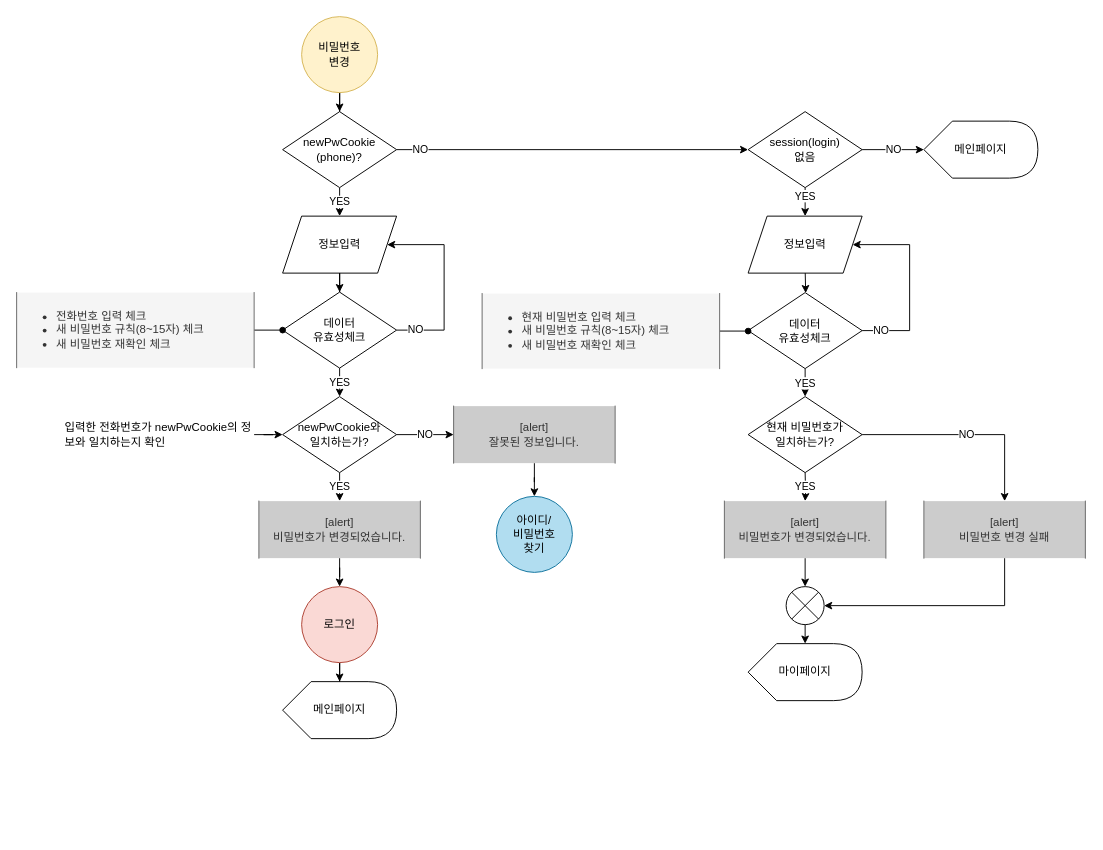
This is page "비밀번호 변경" (5 of 8) of 설계/데이터흐름도/회원 flowchart(혜진).drawio from hjkim27/TEAM_Project, a draw.io file, before an edit. Source tidied: cells renumbered, new cells numbered last; positions are measured from the earlier drawing's top-left corner, leaving out a move shared by most shapes. Both pictures are drawn from the tidied source at 95%, with x=0, y=0 at pixel (16, 16).
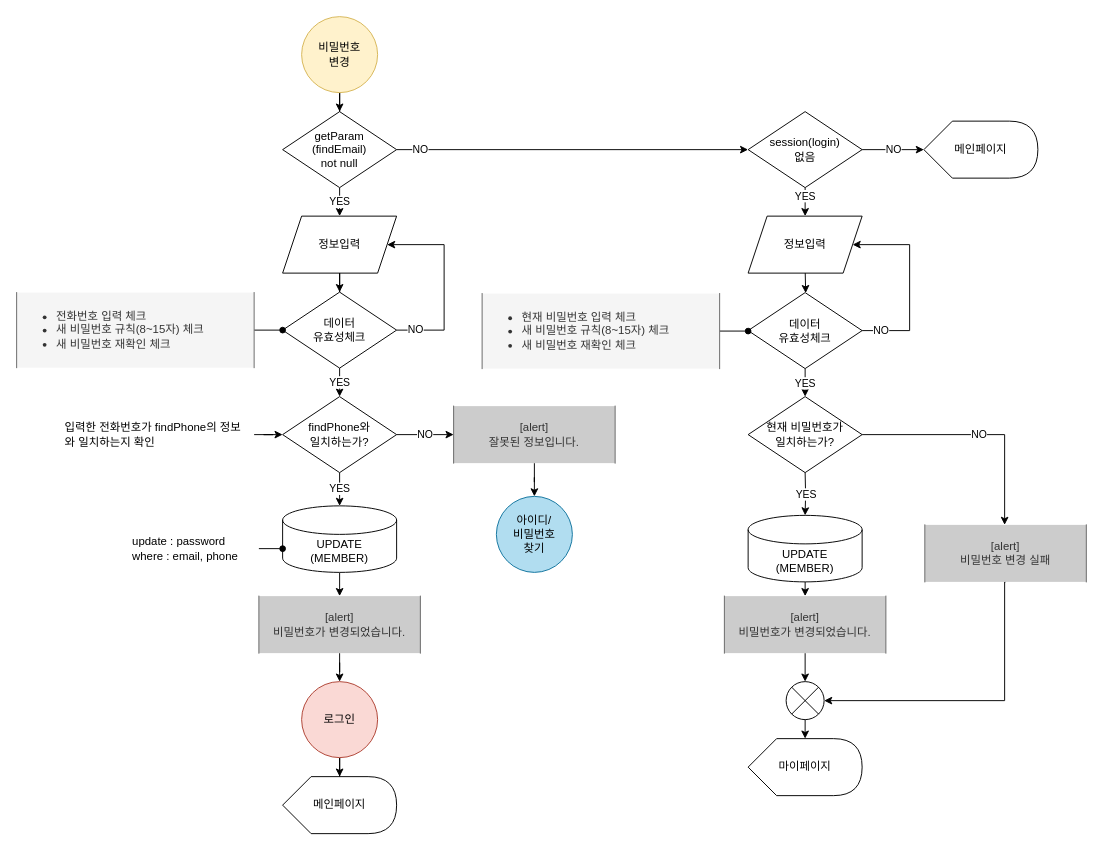
After the change.

The edit, as a diff of the source:
```diff
@@
-    <mxCell id="6" value="newPwCookie&lt;br&gt;(phone)?" style="rhombus;whiteSpace=wrap;html=1;strokeWidth=1;align=center;" parent="1" vertex="1">
+    <mxCell id="6" value="getParam&lt;br&gt;(findEmail)&lt;br&gt;not null" style="rhombus;whiteSpace=wrap;html=1;strokeWidth=1;align=center;" parent="1" vertex="1">
       <mxGeometry x="280" y="100" width="120" height="80" as="geometry" />
     </mxCell>
@@
-    <mxCell id="14" value="YES" style="edgeStyle=orthogonalEdgeStyle;rounded=0;jettySize=auto;html=1;endArrow=classic;endFill=1;" parent="1" edge="1" source="16" target="20">
+    <mxCell id="14" value="YES" style="edgeStyle=orthogonalEdgeStyle;rounded=0;jettySize=auto;html=1;endArrow=classic;endFill=1;entryX=0.5;entryY=0;entryDx=0;entryDy=0;entryPerimeter=0;" parent="1" edge="1" source="16" target="49">
       <mxGeometry relative="1" as="geometry" />
     </mxCell>
@@
-    <mxCell id="16" value="newPwCookie와&lt;br&gt;일치하는가?" style="rhombus;whiteSpace=wrap;html=1;strokeWidth=1;align=center;" parent="1" vertex="1">
+    <mxCell id="16" value="findPhone와&lt;br&gt;일치하는가?" style="rhombus;whiteSpace=wrap;html=1;strokeWidth=1;align=center;" parent="1" vertex="1">
       <mxGeometry x="280" y="400" width="120" height="80" as="geometry" />
     </mxCell>
@@
-    <mxCell id="18" value="&lt;div style=&quot;text-align: left&quot;&gt;&lt;span&gt;입력한 전화번호가 newPwCookie의 정보와&amp;nbsp;&lt;/span&gt;&lt;span style=&quot;text-align: left&quot;&gt;일치하는지 확인&lt;/span&gt;&lt;/div&gt;" style="text;html=1;strokeColor=none;fillColor=none;align=center;verticalAlign=middle;whiteSpace=wrap;rounded=0;" parent="1" vertex="1">
+    <mxCell id="18" value="&lt;div style=&quot;text-align: left&quot;&gt;&lt;span&gt;입력한 전화번호가 findPhone의 정보와&amp;nbsp;&lt;/span&gt;&lt;span style=&quot;text-align: left&quot;&gt;일치하는지 확인&lt;/span&gt;&lt;/div&gt;" style="text;html=1;strokeColor=none;fillColor=none;align=center;verticalAlign=middle;whiteSpace=wrap;rounded=0;" parent="1" vertex="1">
       <mxGeometry x="50" y="425" width="200" height="30" as="geometry" />
     </mxCell>
@@
     <mxCell id="20" value="[alert]&lt;br&gt;비밀번호가 변경되었습니다." style="shape=partialRectangle;whiteSpace=wrap;html=1;bottom=0;top=0;fillColor=#CCCCCC;align=center;strokeColor=#666666;fontColor=#333333;" parent="1" vertex="1">
-      <mxGeometry x="255" y="510" width="170" height="60" as="geometry" />
+      <mxGeometry x="255" y="610" width="170" height="60" as="geometry" />
     </mxCell>
@@
     <mxCell id="22" value="로그인" style="ellipse;whiteSpace=wrap;html=1;strokeWidth=1;align=center;fillColor=#fad9d5;strokeColor=#ae4132;" parent="1" vertex="1">
-      <mxGeometry x="300" y="600" width="80" height="80" as="geometry" />
+      <mxGeometry x="300" y="700" width="80" height="80" as="geometry" />
     </mxCell>
     <mxCell id="23" value="메인페이지" style="shape=display;whiteSpace=wrap;html=1;strokeWidth=1;align=center;" parent="1" vertex="1">
-      <mxGeometry x="280" y="700" width="120" height="60" as="geometry" />
+      <mxGeometry x="280" y="800" width="120" height="60" as="geometry" />
     </mxCell>
@@
     <mxCell id="28" style="edgeStyle=orthogonalEdgeStyle;rounded=0;jettySize=auto;html=1;exitX=0.5;exitY=1;exitDx=0;exitDy=0;endArrow=classic;endFill=1;entryX=1;entryY=0.5;entryDx=0;entryDy=0;entryPerimeter=0;" parent="1" edge="1" source="29" target="47">
       <mxGeometry relative="1" as="geometry">
         <Array as="points">
-          <mxPoint x="1040" y="620" />
+          <mxPoint x="1040" y="720" />
         </Array>
       </mxGeometry>
     </mxCell>
     <mxCell id="29" value="[alert]&lt;br&gt;비밀번호 변경 실패" style="shape=partialRectangle;whiteSpace=wrap;html=1;bottom=0;top=0;fillColor=#CCCCCC;align=center;strokeColor=#666666;fontColor=#333333;" parent="1" vertex="1">
-      <mxGeometry x="955" y="510" width="170" height="60" as="geometry" />
+      <mxGeometry x="956" y="535" width="170" height="60" as="geometry" />
     </mxCell>
@@
-    <mxCell id="40" value="YES" style="edgeStyle=orthogonalEdgeStyle;rounded=0;jettySize=auto;html=1;endArrow=classic;endFill=1;" parent="1" edge="1" target="42">
+    <mxCell id="40" value="YES" style="edgeStyle=orthogonalEdgeStyle;rounded=0;jettySize=auto;html=1;endArrow=classic;endFill=1;entryX=0.5;entryY=0;entryDx=0;entryDy=0;entryPerimeter=0;" parent="1" edge="1" target="51">
       <mxGeometry relative="1" as="geometry">
         <mxPoint x="830" y="480" as="sourcePoint" />
       </mxGeometry>
     </mxCell>
@@
     <mxCell id="42" value="[alert]&lt;br&gt;비밀번호가 변경되었습니다." style="shape=partialRectangle;whiteSpace=wrap;html=1;bottom=0;top=0;fillColor=#CCCCCC;align=center;strokeColor=#666666;fontColor=#333333;" parent="1" vertex="1">
-      <mxGeometry x="745" y="510" width="170" height="60" as="geometry" />
+      <mxGeometry x="745" y="610" width="170" height="60" as="geometry" />
     </mxCell>
     <mxCell id="43" value="마이페이지" style="shape=display;whiteSpace=wrap;html=1;strokeWidth=1;align=center;" parent="1" vertex="1">
-      <mxGeometry x="770" y="660" width="120" height="60" as="geometry" />
+      <mxGeometry x="770" y="760" width="120" height="60" as="geometry" />
     </mxCell>
@@
     <mxCell id="47" style="verticalLabelPosition=bottom;verticalAlign=top;html=1;shape=mxgraph.flowchart.or;strokeWidth=1;" parent="1" vertex="1">
-      <mxGeometry x="810" y="600" width="40" height="40" as="geometry" />
+      <mxGeometry x="810" y="700" width="40" height="40" as="geometry" />
     </mxCell>
+    <mxCell id="48" style="edgeStyle=orthogonalEdgeStyle;rounded=0;jettySize=auto;html=1;exitX=0.5;exitY=1;exitDx=0;exitDy=0;exitPerimeter=0;entryX=0.5;entryY=0;entryDx=0;entryDy=0;endArrow=classic;endFill=1;" parent="1" edge="1" source="49" target="20">
+      <mxGeometry relative="1" as="geometry" />
+    </mxCell>
+    <mxCell id="49" value="UPDATE&lt;br&gt;(MEMBER)" style="shape=cylinder3;whiteSpace=wrap;html=1;boundedLbl=1;backgroundOutline=1;size=15;strokeWidth=1;align=center;" parent="1" vertex="1">
+      <mxGeometry x="280" y="515" width="120" height="70" as="geometry" />
+    </mxCell>
+    <mxCell id="50" style="edgeStyle=orthogonalEdgeStyle;rounded=0;jettySize=auto;html=1;exitX=0.5;exitY=1;exitDx=0;exitDy=0;exitPerimeter=0;entryX=0.5;entryY=0;entryDx=0;entryDy=0;endArrow=classic;endFill=1;" parent="1" edge="1" source="51" target="42">
+      <mxGeometry relative="1" as="geometry" />
+    </mxCell>
+    <mxCell id="51" value="UPDATE&lt;br&gt;(MEMBER)" style="shape=cylinder3;whiteSpace=wrap;html=1;boundedLbl=1;backgroundOutline=1;size=15;strokeWidth=1;align=center;" parent="1" vertex="1">
+      <mxGeometry x="770" y="525" width="120" height="70" as="geometry" />
+    </mxCell>
+    <mxCell id="52" style="edgeStyle=orthogonalEdgeStyle;rounded=0;jettySize=auto;html=1;exitX=1;exitY=0.5;exitDx=0;exitDy=0;entryX=0;entryY=0;entryDx=0;entryDy=45;entryPerimeter=0;endArrow=oval;endFill=1;" parent="1" edge="1" source="53" target="49">
+      <mxGeometry relative="1" as="geometry" />
+    </mxCell>
+    <mxCell id="53" value="&lt;div&gt;update : password&lt;/div&gt;&lt;div&gt;where : email, phone&lt;/div&gt;" style="text;html=1;strokeColor=none;fillColor=none;align=left;verticalAlign=middle;whiteSpace=wrap;rounded=0;" parent="1" vertex="1">
+      <mxGeometry x="120" y="545" width="135" height="30" as="geometry" />
+    </mxCell>
```
